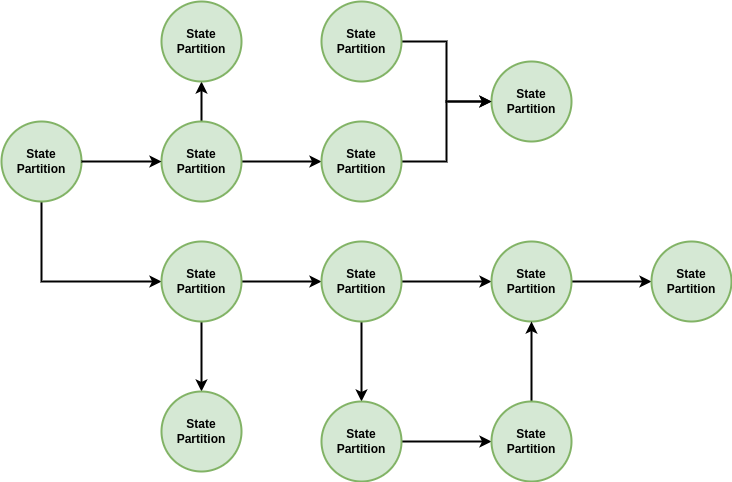
Above: assets/dexetera/dexetera-pipeline-state-partition-graph.drawio.png in umbralcalc/umbralcalc.github.io (draw.io), before the change. Source tidied: cells renumbered, new cells last; positions are measured from the earlier drawing's top-left corner, leaving out a move shared by most shapes.
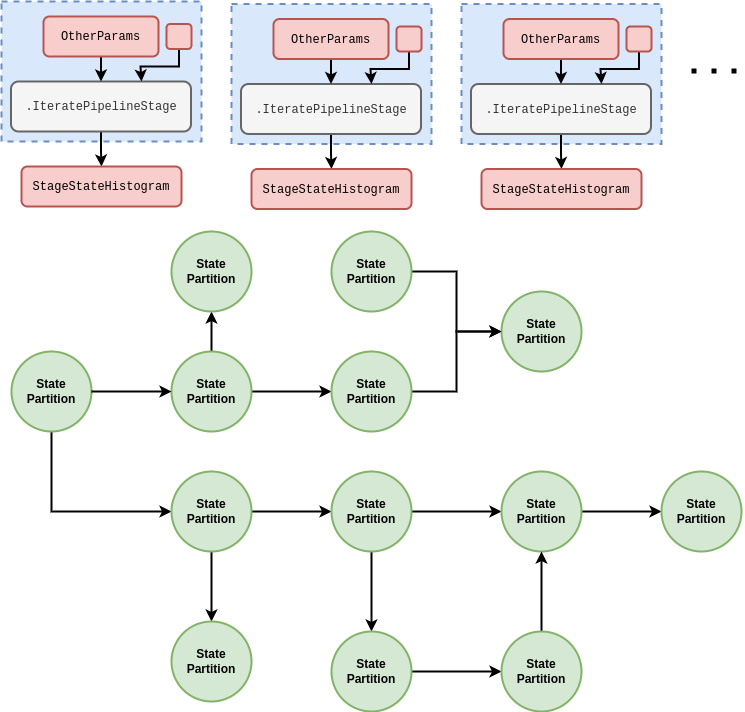
The same file after the commit.

Diff of the diagram source:
```diff
@@ -84,5 +84,104 @@
     <mxCell id="27" value="&lt;b style=&quot;&quot;&gt;&lt;font face=&quot;Helvetica&quot;&gt;State&lt;br&gt;Partition&lt;/font&gt;&lt;/b&gt;" style="ellipse;whiteSpace=wrap;html=1;fillColor=#d5e8d4;strokeColor=#82b366;strokeWidth=2;" parent="1" vertex="1">
       <mxGeometry x="650" y="240" width="80" height="80" as="geometry" />
     </mxCell>
+    <mxCell id="28" style="rounded=0;whiteSpace=wrap;html=1;dashed=1;strokeWidth=2;fillColor=#dae8fc;strokeColor=#6c8ebf;" parent="1" vertex="1">
+      <mxGeometry x="-10" y="-230" width="200" height="140" as="geometry" />
+    </mxCell>
+    <mxCell id="29" style="edgeStyle=orthogonalEdgeStyle;rounded=0;jettySize=auto;html=1;strokeWidth=2;" parent="1" edge="1" source="30" target="31">
+      <mxGeometry relative="1" as="geometry" />
+    </mxCell>
+    <mxCell id="30" value="&lt;font face=&quot;Courier New&quot;&gt;.IteratePipelineStage&lt;/font&gt;" style="rounded=1;whiteSpace=wrap;html=1;strokeWidth=2;fillColor=#f5f5f5;fontColor=#333333;strokeColor=#666666;" parent="1" vertex="1">
+      <mxGeometry x="-0.5" y="-150" width="180" height="50" as="geometry" />
+    </mxCell>
+    <mxCell id="31" value="&lt;font face=&quot;Courier New&quot;&gt;StageStateHistogram&lt;/font&gt;" style="rounded=1;whiteSpace=wrap;html=1;strokeWidth=2;fillColor=#f8cecc;strokeColor=#b85450;" parent="1" vertex="1">
+      <mxGeometry x="10" y="-65" width="160" height="40" as="geometry" />
+    </mxCell>
+    <mxCell id="32" style="edgeStyle=orthogonalEdgeStyle;rounded=0;jettySize=auto;html=1;entryX=0.5;entryY=0;entryDx=0;entryDy=0;strokeWidth=2;" parent="1" edge="1" source="33" target="30">
+      <mxGeometry relative="1" as="geometry" />
+    </mxCell>
+    <mxCell id="33" value="&lt;font face=&quot;Courier New&quot;&gt;OtherParams&lt;/font&gt;" style="rounded=1;whiteSpace=wrap;html=1;strokeWidth=2;fillColor=#f8cecc;strokeColor=#b85450;" parent="1" vertex="1">
+      <mxGeometry x="32" y="-215" width="115" height="40" as="geometry" />
+    </mxCell>
+    <mxCell id="34" style="edgeStyle=orthogonalEdgeStyle;rounded=0;jettySize=auto;html=1;entryX=0.75;entryY=0;entryDx=0;entryDy=0;strokeWidth=2;" parent="1" edge="1" source="35">
+      <mxGeometry relative="1" as="geometry">
+        <mxPoint x="130" y="-150" as="targetPoint" />
+        <Array as="points">
+          <mxPoint x="167" y="-165" />
+          <mxPoint x="129" y="-165" />
+          <mxPoint x="129" y="-150" />
+        </Array>
+      </mxGeometry>
+    </mxCell>
+    <mxCell id="35" style="rounded=1;whiteSpace=wrap;html=1;strokeWidth=2;fillColor=#f8cecc;strokeColor=#b85450;" parent="1" vertex="1">
+      <mxGeometry x="155" y="-207.5" width="25" height="25" as="geometry" />
+    </mxCell>
+    <mxCell id="36" style="rounded=0;whiteSpace=wrap;html=1;dashed=1;strokeWidth=2;fillColor=#dae8fc;strokeColor=#6c8ebf;" parent="1" vertex="1">
+      <mxGeometry x="220" y="-227.5" width="200" height="140" as="geometry" />
+    </mxCell>
+    <mxCell id="37" style="edgeStyle=orthogonalEdgeStyle;rounded=0;jettySize=auto;html=1;strokeWidth=2;" parent="1" edge="1" source="38" target="39">
+      <mxGeometry relative="1" as="geometry" />
+    </mxCell>
+    <mxCell id="38" value="&lt;span style=&quot;font-family: &amp;quot;Courier New&amp;quot;;&quot;&gt;.IteratePipelineStage&lt;/span&gt;" style="rounded=1;whiteSpace=wrap;html=1;strokeWidth=2;fillColor=#f5f5f5;fontColor=#333333;strokeColor=#666666;" parent="1" vertex="1">
+      <mxGeometry x="229.5" y="-147.5" width="180" height="50" as="geometry" />
+    </mxCell>
+    <mxCell id="39" value="&lt;span style=&quot;font-family: &amp;quot;Courier New&amp;quot;;&quot;&gt;StageStateHistogram&lt;/span&gt;" style="rounded=1;whiteSpace=wrap;html=1;strokeWidth=2;fillColor=#f8cecc;strokeColor=#b85450;" parent="1" vertex="1">
+      <mxGeometry x="240" y="-62.5" width="160" height="40" as="geometry" />
+    </mxCell>
+    <mxCell id="40" style="edgeStyle=orthogonalEdgeStyle;rounded=0;jettySize=auto;html=1;entryX=0.5;entryY=0;entryDx=0;entryDy=0;strokeWidth=2;" parent="1" edge="1" source="41" target="38">
+      <mxGeometry relative="1" as="geometry" />
+    </mxCell>
+    <mxCell id="41" value="&lt;font face=&quot;Courier New&quot;&gt;OtherParams&lt;/font&gt;" style="rounded=1;whiteSpace=wrap;html=1;strokeWidth=2;fillColor=#f8cecc;strokeColor=#b85450;" parent="1" vertex="1">
+      <mxGeometry x="262" y="-212.5" width="115" height="40" as="geometry" />
+    </mxCell>
+    <mxCell id="42" style="edgeStyle=orthogonalEdgeStyle;rounded=0;jettySize=auto;html=1;entryX=0.75;entryY=0;entryDx=0;entryDy=0;strokeWidth=2;" parent="1" edge="1" source="43">
+      <mxGeometry relative="1" as="geometry">
+        <mxPoint x="360" y="-147.5" as="targetPoint" />
+        <Array as="points">
+          <mxPoint x="397" y="-162.5" />
+          <mxPoint x="359" y="-162.5" />
+          <mxPoint x="359" y="-147.5" />
+        </Array>
+      </mxGeometry>
+    </mxCell>
+    <mxCell id="43" style="rounded=1;whiteSpace=wrap;html=1;strokeWidth=2;fillColor=#f8cecc;strokeColor=#b85450;" parent="1" vertex="1">
+      <mxGeometry x="385" y="-205" width="25" height="25" as="geometry" />
+    </mxCell>
+    <mxCell id="44" style="rounded=0;whiteSpace=wrap;html=1;dashed=1;strokeWidth=2;fillColor=#dae8fc;strokeColor=#6c8ebf;" parent="1" vertex="1">
+      <mxGeometry x="450" y="-227.5" width="200" height="140" as="geometry" />
+    </mxCell>
+    <mxCell id="45" style="edgeStyle=orthogonalEdgeStyle;rounded=0;jettySize=auto;html=1;strokeWidth=2;" parent="1" edge="1" source="46" target="47">
+      <mxGeometry relative="1" as="geometry" />
+    </mxCell>
+    <mxCell id="46" value="&lt;span style=&quot;font-family: &amp;quot;Courier New&amp;quot;;&quot;&gt;.IteratePipelineStage&lt;/span&gt;" style="rounded=1;whiteSpace=wrap;html=1;strokeWidth=2;fillColor=#f5f5f5;fontColor=#333333;strokeColor=#666666;" parent="1" vertex="1">
+      <mxGeometry x="459.5" y="-147.5" width="180" height="50" as="geometry" />
+    </mxCell>
+    <mxCell id="47" value="&lt;span style=&quot;font-family: &amp;quot;Courier New&amp;quot;;&quot;&gt;StageStateHistogram&lt;/span&gt;" style="rounded=1;whiteSpace=wrap;html=1;strokeWidth=2;fillColor=#f8cecc;strokeColor=#b85450;" parent="1" vertex="1">
+      <mxGeometry x="470" y="-62.5" width="160" height="40" as="geometry" />
+    </mxCell>
+    <mxCell id="48" style="edgeStyle=orthogonalEdgeStyle;rounded=0;jettySize=auto;html=1;entryX=0.5;entryY=0;entryDx=0;entryDy=0;strokeWidth=2;" parent="1" edge="1" source="49" target="46">
+      <mxGeometry relative="1" as="geometry" />
+    </mxCell>
+    <mxCell id="49" value="&lt;font face=&quot;Courier New&quot;&gt;OtherParams&lt;/font&gt;" style="rounded=1;whiteSpace=wrap;html=1;strokeWidth=2;fillColor=#f8cecc;strokeColor=#b85450;" parent="1" vertex="1">
+      <mxGeometry x="492" y="-212.5" width="115" height="40" as="geometry" />
+    </mxCell>
+    <mxCell id="50" style="edgeStyle=orthogonalEdgeStyle;rounded=0;jettySize=auto;html=1;entryX=0.75;entryY=0;entryDx=0;entryDy=0;strokeWidth=2;" parent="1" edge="1" source="51">
+      <mxGeometry relative="1" as="geometry">
+        <mxPoint x="590" y="-147.5" as="targetPoint" />
+        <Array as="points">
+          <mxPoint x="627" y="-162.5" />
+          <mxPoint x="589" y="-162.5" />
+          <mxPoint x="589" y="-147.5" />
+        </Array>
+      </mxGeometry>
+    </mxCell>
+    <mxCell id="51" style="rounded=1;whiteSpace=wrap;html=1;strokeWidth=2;fillColor=#f8cecc;strokeColor=#b85450;" parent="1" vertex="1">
+      <mxGeometry x="615" y="-205" width="25" height="25" as="geometry" />
+    </mxCell>
+    <mxCell id="52" style="endArrow=none;dashed=1;html=1;dashPattern=1 3;strokeWidth=5;rounded=0;" parent="1" edge="1">
+      <mxGeometry relative="1" as="geometry">
+        <mxPoint x="680" y="-160.5" as="sourcePoint" />
+        <mxPoint x="730" y="-160.5" as="targetPoint" />
+      </mxGeometry>
+    </mxCell>
   </root>
 </mxGraphModel>
```
